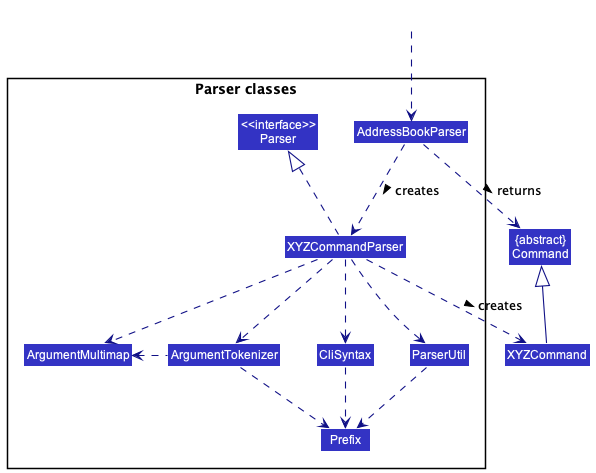
Before: docs/images/ParserClasses.png, a diagram exported from PlantUML (nus-cs2103-AY2223S1/tp).
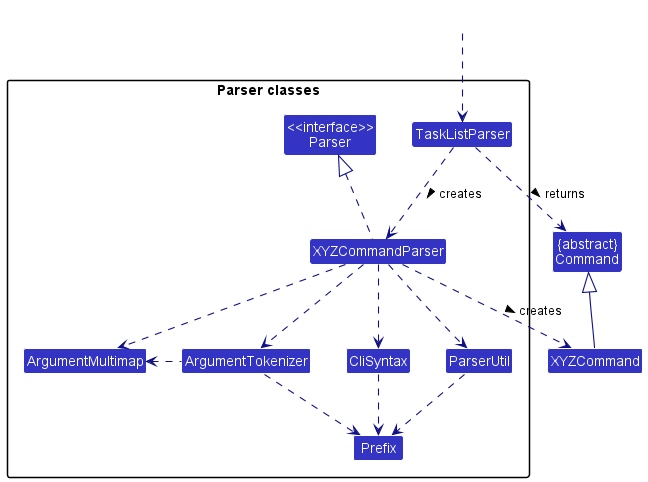
The same diagram one commit later.

Commit message:
Update class diagrams in DG and rename some classes

The edit, as a diff of the source:
```diff
@@ -9,7 +9,7 @@
 
 package "Parser classes"{
 Class "<<interface>>\nParser" as Parser
-Class AddressBookParser
+Class TaskListParser
 Class XYZCommandParser
 Class CliSyntax
 Class ParserUtil
@@ -19,12 +19,12 @@
 }
 
 Class HiddenOutside #FFFFFF
-HiddenOutside ..> AddressBookParser
+HiddenOutside ..> TaskListParser
 
-AddressBookParser .down.> XYZCommandParser: creates >
+TaskListParser .down.> XYZCommandParser: creates >
 
 XYZCommandParser ..> XYZCommand : creates >
-AddressBookParser ..> Command : returns >
+TaskListParser ..> Command : returns >
 XYZCommandParser .up.|> Parser
 XYZCommandParser ..> ArgumentMultimap
 XYZCommandParser ..> ArgumentTokenizer
```
